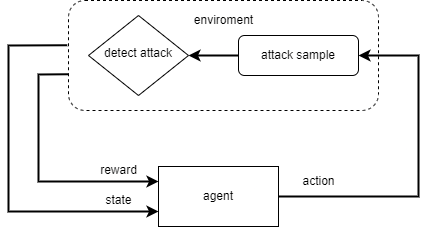
Above: images/RL-flow.png in Atxx737/detect_attack_by_reinforcement_learning (draw.io), before the change. Source tidied: cells renumbered, new cells last; positions are measured from the earlier drawing's top-left corner, leaving out a move shared by most shapes. Source of this version:
```xml
<mxGraphModel background="#FFFFFF">
  <root>
    <mxCell id="0" />
    <mxCell id="1" parent="0" />
    <mxCell id="2" style="group;" parent="1" vertex="1">
      <mxGeometry width="410" height="226" as="geometry" />
    </mxCell>
    <mxCell id="3" value="detect attack" style="rhombus;whiteSpace=wrap;html=1;shadow=0;fontFamily=Helvetica;fontSize=12;align=center;strokeWidth=1;spacing=6;spacingTop=-4;" parent="2" vertex="1">
      <mxGeometry x="80" y="15" width="100" height="80" as="geometry" />
    </mxCell>
    <mxCell id="4" style="rounded=1;whiteSpace=wrap;html=1;gradientColor=none;fillColor=none;dashed=1;horizontal=1;" parent="2" vertex="1">
      <mxGeometry x="60" width="310" height="110" as="geometry" />
    </mxCell>
    <mxCell id="5" value="attack sample" style="rounded=1;whiteSpace=wrap;html=1;fontSize=12;glass=0;strokeWidth=1;shadow=0;" parent="2" vertex="1">
      <mxGeometry x="230" y="35" width="120" height="40" as="geometry" />
    </mxCell>
    <mxCell id="6" style="endArrow=classic;html=1;rounded=0;exitX=0;exitY=0.5;exitDx=0;exitDy=0;strokeWidth=2;" parent="2" edge="1" source="5">
      <mxGeometry relative="1" as="geometry">
        <mxPoint x="180" y="55" as="targetPoint" />
      </mxGeometry>
    </mxCell>
    <mxCell id="7" value="agent" style="rounded=0;whiteSpace=wrap;html=1;fillColor=default;gradientColor=none;" parent="2" vertex="1">
      <mxGeometry x="150" y="166" width="120" height="60" as="geometry" />
    </mxCell>
    <mxCell id="8" style="endArrow=classic;html=1;rounded=0;exitX=1;exitY=0.5;exitDx=0;exitDy=0;entryX=1;entryY=0.5;entryDx=0;entryDy=0;strokeWidth=2;" parent="2" edge="1" source="7" target="5">
      <mxGeometry relative="1" as="geometry">
        <Array as="points">
          <mxPoint x="410" y="196" />
          <mxPoint x="410" y="135" />
          <mxPoint x="410" y="55" />
        </Array>
      </mxGeometry>
    </mxCell>
    <mxCell id="9" style="endArrow=classic;html=1;rounded=0;exitX=0;exitY=0.671;exitDx=0;exitDy=0;exitPerimeter=0;entryX=0;entryY=0.25;entryDx=0;entryDy=0;strokeWidth=2;" parent="2" edge="1" source="4" target="7">
      <mxGeometry relative="1" as="geometry">
        <Array as="points">
          <mxPoint x="30" y="74" />
          <mxPoint x="30" y="181" />
        </Array>
      </mxGeometry>
    </mxCell>
    <mxCell id="10" style="endArrow=classic;html=1;rounded=0;exitX=-0.004;exitY=0.407;exitDx=0;exitDy=0;exitPerimeter=0;entryX=0;entryY=0.75;entryDx=0;entryDy=0;strokeWidth=2;" parent="2" edge="1" source="4" target="7">
      <mxGeometry relative="1" as="geometry">
        <Array as="points">
          <mxPoint y="45" />
          <mxPoint y="211" />
        </Array>
      </mxGeometry>
    </mxCell>
    <mxCell id="11" value="action" style="text;html=1;align=center;verticalAlign=middle;strokeColor=none;fillColor=none;" parent="2" vertex="1">
      <mxGeometry x="280" y="166" width="60" height="30" as="geometry" />
    </mxCell>
    <mxCell id="12" value="reward" style="text;html=1;align=center;verticalAlign=middle;strokeColor=none;fillColor=none;" parent="2" vertex="1">
      <mxGeometry x="80" y="155" width="60" height="30" as="geometry" />
    </mxCell>
    <mxCell id="13" value="state" style="text;html=1;align=center;verticalAlign=middle;strokeColor=none;fillColor=none;" parent="2" vertex="1">
      <mxGeometry x="85" y="185" width="50" height="30" as="geometry" />
    </mxCell>
    <mxCell id="14" value="enviroment" style="text;html=1;align=center;verticalAlign=middle;strokeColor=none;fillColor=none;" parent="2" vertex="1">
      <mxGeometry x="175" y="5" width="80" height="30" as="geometry" />
    </mxCell>
  </root>
</mxGraphModel>
```
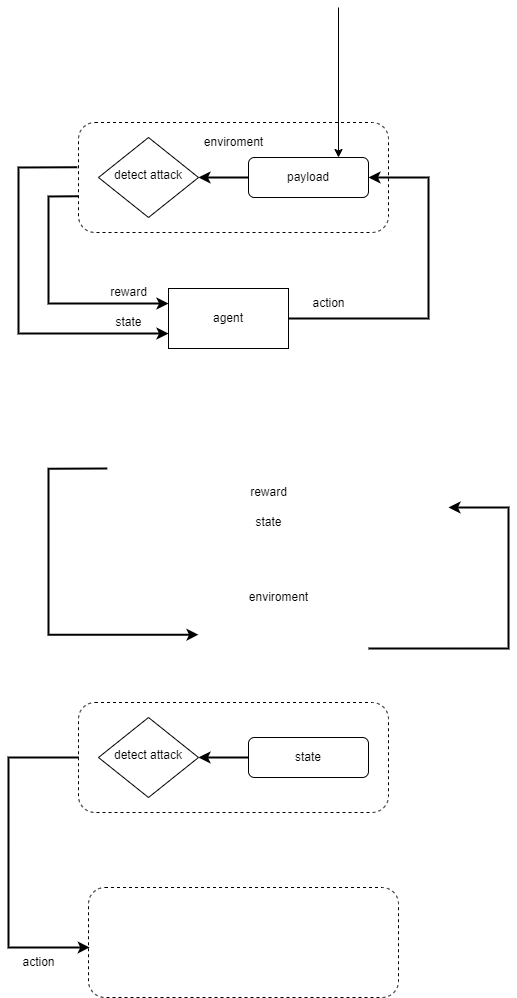
Later version of the same file.

Diff of the diagram source:
```diff
@@ -11,7 +11,7 @@
     <mxCell id="4" style="rounded=1;whiteSpace=wrap;html=1;gradientColor=none;fillColor=none;dashed=1;horizontal=1;" parent="2" vertex="1">
       <mxGeometry x="60" width="310" height="110" as="geometry" />
     </mxCell>
-    <mxCell id="5" value="attack sample" style="rounded=1;whiteSpace=wrap;html=1;fontSize=12;glass=0;strokeWidth=1;shadow=0;" parent="2" vertex="1">
+    <mxCell id="5" value="payload" style="rounded=1;whiteSpace=wrap;html=1;fontSize=12;glass=0;strokeWidth=1;shadow=0;" parent="2" vertex="1">
       <mxGeometry x="230" y="35" width="120" height="40" as="geometry" />
     </mxCell>
     <mxCell id="6" style="endArrow=classic;html=1;rounded=0;exitX=0;exitY=0.5;exitDx=0;exitDy=0;strokeWidth=2;" parent="2" edge="1" source="5">
@@ -59,5 +59,69 @@
     <mxCell id="14" value="enviroment" style="text;html=1;align=center;verticalAlign=middle;strokeColor=none;fillColor=none;" parent="2" vertex="1">
       <mxGeometry x="175" y="5" width="80" height="30" as="geometry" />
     </mxCell>
+    <mxCell id="15" style="endArrow=classic;html=1;rounded=0;entryX=0.75;entryY=0;entryDx=0;entryDy=0;" parent="1" edge="1" target="5">
+      <mxGeometry relative="1" as="geometry">
+        <mxPoint x="320" y="-115" as="sourcePoint" />
+      </mxGeometry>
+    </mxCell>
+    <mxCell id="16" style="endArrow=classic;html=1;rounded=0;exitX=0;exitY=0.671;exitDx=0;exitDy=0;exitPerimeter=0;entryX=0.004;entryY=0.545;entryDx=0;entryDy=0;strokeWidth=2;entryPerimeter=0;" parent="1" edge="1" target="27">
+      <mxGeometry relative="1" as="geometry">
+        <mxPoint x="60" y="635" as="sourcePoint" />
+        <Array as="points">
+          <mxPoint x="-10" y="635" />
+          <mxPoint x="-10" y="825" />
+        </Array>
+      </mxGeometry>
+    </mxCell>
+    <mxCell id="17" style="endArrow=classic;html=1;rounded=0;exitX=-0.004;exitY=0.407;exitDx=0;exitDy=0;exitPerimeter=0;entryX=0;entryY=0.75;entryDx=0;entryDy=0;strokeWidth=2;" parent="1" edge="1">
+      <mxGeometry relative="1" as="geometry">
+        <mxPoint x="88.8" y="346" as="sourcePoint" />
+        <mxPoint x="180" y="512.2" as="targetPoint" />
+        <Array as="points">
+          <mxPoint x="30" y="346.2" />
+          <mxPoint x="30" y="512.2" />
+        </Array>
+      </mxGeometry>
+    </mxCell>
+    <mxCell id="18" value="action" style="text;html=1;align=center;verticalAlign=middle;strokeColor=none;fillColor=none;" parent="1" vertex="1">
+      <mxGeometry x="-10" y="825" width="60" height="30" as="geometry" />
+    </mxCell>
+    <mxCell id="19" style="endArrow=classic;html=1;rounded=0;exitX=1;exitY=0.5;exitDx=0;exitDy=0;entryX=1;entryY=0.5;entryDx=0;entryDy=0;strokeWidth=2;" parent="1" edge="1">
+      <mxGeometry relative="1" as="geometry">
+        <mxPoint x="350" y="526" as="sourcePoint" />
+        <mxPoint x="430" y="385" as="targetPoint" />
+        <Array as="points">
+          <mxPoint x="490" y="526" />
+          <mxPoint x="490" y="465" />
+          <mxPoint x="490" y="385" />
+        </Array>
+      </mxGeometry>
+    </mxCell>
+    <mxCell id="20" value="detect attack" style="rhombus;whiteSpace=wrap;html=1;shadow=0;fontFamily=Helvetica;fontSize=12;align=center;strokeWidth=1;spacing=6;spacingTop=-4;" parent="1" vertex="1">
+      <mxGeometry x="80" y="595" width="100" height="80" as="geometry" />
+    </mxCell>
+    <mxCell id="21" style="rounded=1;whiteSpace=wrap;html=1;gradientColor=none;fillColor=none;dashed=1;horizontal=1;" parent="1" vertex="1">
+      <mxGeometry x="60" y="580" width="310" height="110" as="geometry" />
+    </mxCell>
+    <mxCell id="22" value="state" style="rounded=1;whiteSpace=wrap;html=1;fontSize=12;glass=0;strokeWidth=1;shadow=0;" parent="1" vertex="1">
+      <mxGeometry x="230" y="615" width="120" height="40" as="geometry" />
+    </mxCell>
+    <mxCell id="23" style="endArrow=classic;html=1;rounded=0;exitX=0;exitY=0.5;exitDx=0;exitDy=0;strokeWidth=2;" parent="1" edge="1" source="22">
+      <mxGeometry relative="1" as="geometry">
+        <mxPoint x="180" y="635" as="targetPoint" />
+      </mxGeometry>
+    </mxCell>
+    <mxCell id="24" value="reward" style="text;html=1;align=center;verticalAlign=middle;strokeColor=none;fillColor=none;" parent="1" vertex="1">
+      <mxGeometry x="220" y="355" width="60" height="30" as="geometry" />
+    </mxCell>
+    <mxCell id="25" value="state" style="text;html=1;align=center;verticalAlign=middle;strokeColor=none;fillColor=none;" parent="1" vertex="1">
+      <mxGeometry x="225" y="385" width="50" height="30" as="geometry" />
+    </mxCell>
+    <mxCell id="26" value="enviroment" style="text;html=1;align=center;verticalAlign=middle;strokeColor=none;fillColor=none;" parent="1" vertex="1">
+      <mxGeometry x="220" y="460" width="80" height="30" as="geometry" />
+    </mxCell>
+    <mxCell id="27" style="rounded=1;whiteSpace=wrap;html=1;gradientColor=none;fillColor=none;dashed=1;horizontal=1;" parent="1" vertex="1">
+      <mxGeometry x="70" y="765" width="310" height="110" as="geometry" />
+    </mxCell>
   </root>
 </mxGraphModel>
```
